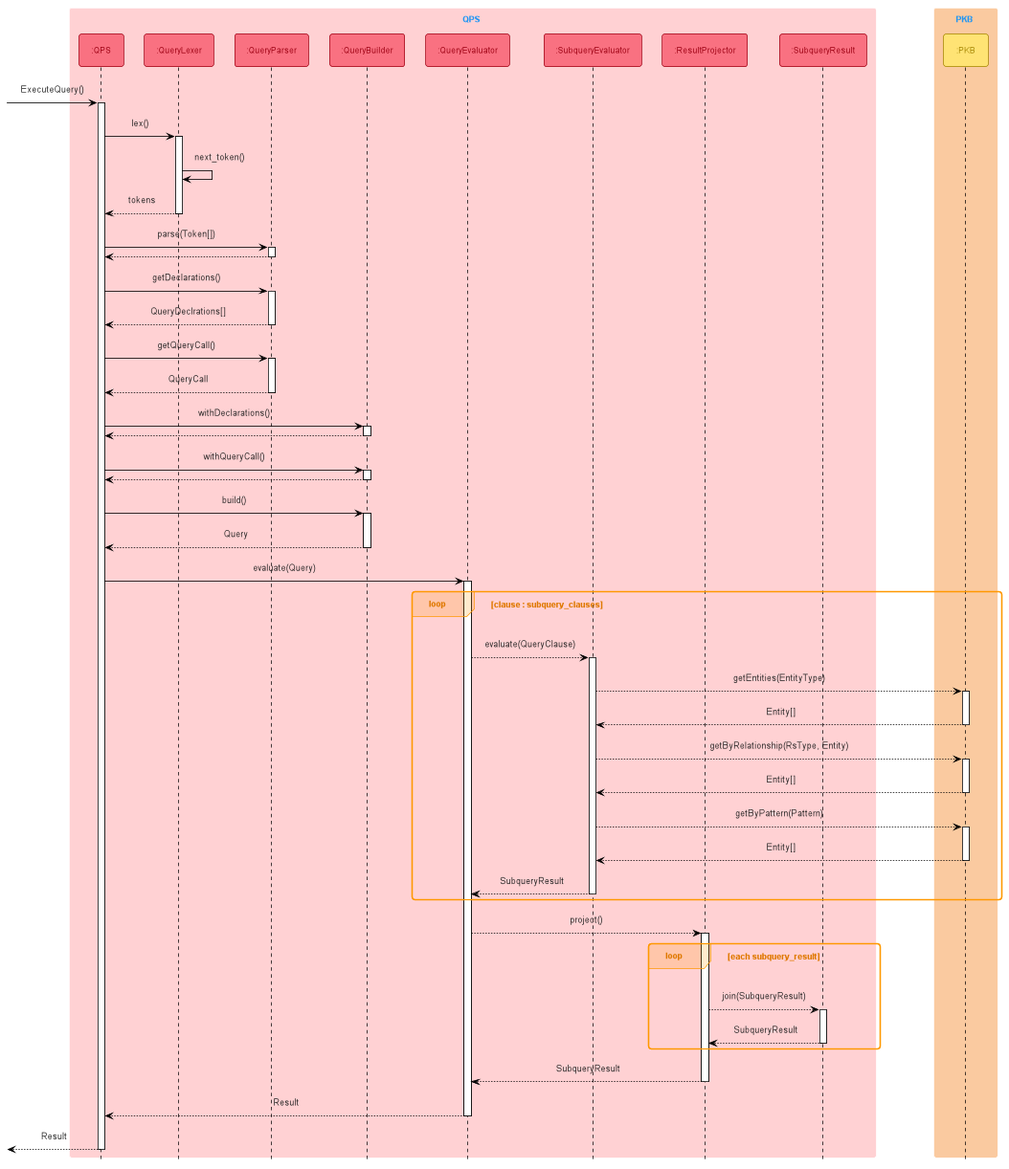
This is docs/images/QPSSeqDiagram.png from mazx4960/static-analyzer, a PlantUML export, as it was before one commit.
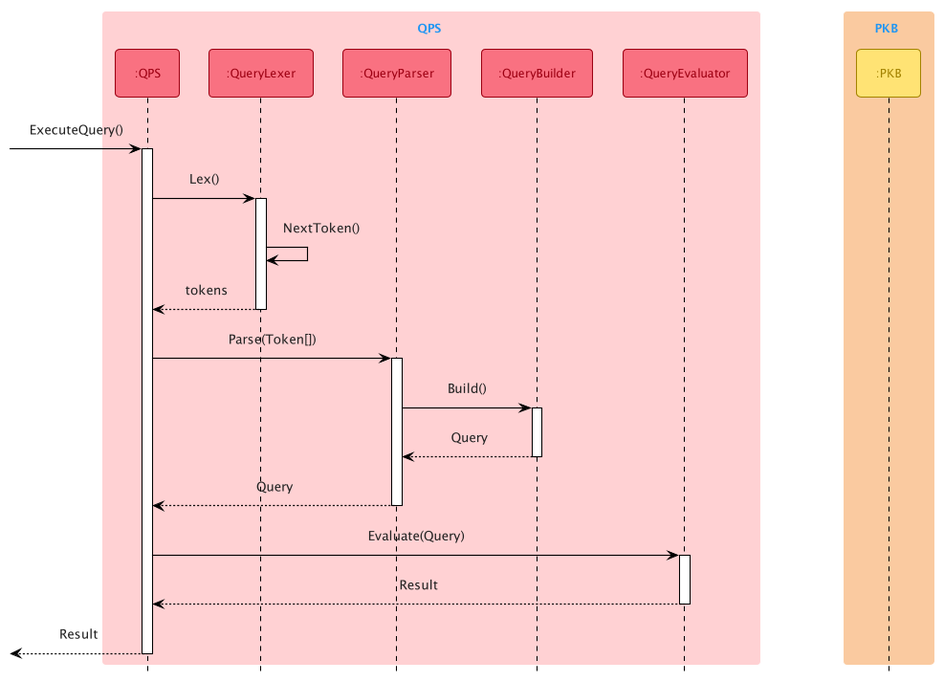
Later version of the same file.

Diff of the diagram source:
```diff
@@ -8,10 +8,6 @@
 participant ":QueryParser" as QueryParser<<QPS>>
 participant ":QueryBuilder" as QueryBuilder<<QPS>>
 participant ":QueryEvaluator" as QueryEvaluator<<QPS>>
-participant ":SubqueryEvaluator" as SubqueryEvaluator<<QPS>>
-participant ":ResultProjector" as ResultProjector<<QPS>>
-participant ":SubqueryResult" as SubqueryResult<<QPS>>
-
 end box
 
 box PKB PKB_COLOR_LIGHT
@@ -21,72 +17,23 @@
 [-> QPS : ExecuteQuery()
 activate QPS
 
-QPS -> QueryLexer : lex()
+QPS -> QueryLexer : Lex()
 activate QueryLexer
-QueryLexer -> QueryLexer : next_token()
+QueryLexer -> QueryLexer : NextToken()
 QueryLexer --> QPS : tokens
 deactivate QueryLexer
 
-QPS -> QueryParser : parse(Token[])
+QPS -> QueryParser : Parse(Token[])
 activate QueryParser
-QueryParser --> QPS
+QueryParser -> QueryBuilder : Build()
+activate QueryBuilder
+QueryBuilder --> QueryParser : Query
+deactivate QueryBuilder
+QueryParser --> QPS : Query
 deactivate QueryParser
 
-QPS -> QueryParser : getDeclarations()
-activate QueryParser
-QueryParser --> QPS : QueryDeclrations[]
-deactivate QueryParser
-
-QPS -> QueryParser : getQueryCall()
-activate QueryParser
-QueryParser --> QPS : QueryCall
-deactivate QueryParser
-
-QPS -> QueryBuilder : withDeclarations()
-activate QueryBuilder
-QueryBuilder --> QPS
-deactivate QueryBuilder
-
-QPS -> QueryBuilder : withQueryCall()
-activate QueryBuilder
-QueryBuilder --> QPS
-deactivate QueryBuilder
-
-QPS -> QueryBuilder : build()
-activate QueryBuilder
-QueryBuilder --> QPS : Query
-deactivate QueryBuilder
-
-QPS -> QueryEvaluator : evaluate(Query)
+QPS -> QueryEvaluator : Evaluate(Query)
 activate QueryEvaluator
-loop clause : subquery_clauses
-    QueryEvaluator --> SubqueryEvaluator : evaluate(QueryClause)
-    activate SubqueryEvaluator
-    SubqueryEvaluator --> PKB : getEntities(EntityType)
-    activate PKB
-    PKB --> SubqueryEvaluator : Entity[]
-    deactivate PKB
-    SubqueryEvaluator --> PKB : getByRelationship(RsType, Entity)
-    activate PKB
-    PKB --> SubqueryEvaluator : Entity[]
-    deactivate PKB
-    SubqueryEvaluator --> PKB : getByPattern(Pattern)
-    activate PKB
-    PKB --> SubqueryEvaluator : Entity[]
-    deactivate PKB
-    SubqueryEvaluator --> QueryEvaluator : SubqueryResult
-    deactivate SubqueryEvaluator
-end
-QueryEvaluator --> ResultProjector : project()
-activate ResultProjector
-loop each subquery_result
-    ResultProjector --> SubqueryResult : join(SubqueryResult)
-    activate SubqueryResult
-    SubqueryResult --> ResultProjector : SubqueryResult
-    deactivate SubqueryResult
-end
-ResultProjector --> QueryEvaluator : SubqueryResult
-deactivate ResultProjector
 QueryEvaluator --> QPS : Result
 deactivate QueryEvaluator
 
```
